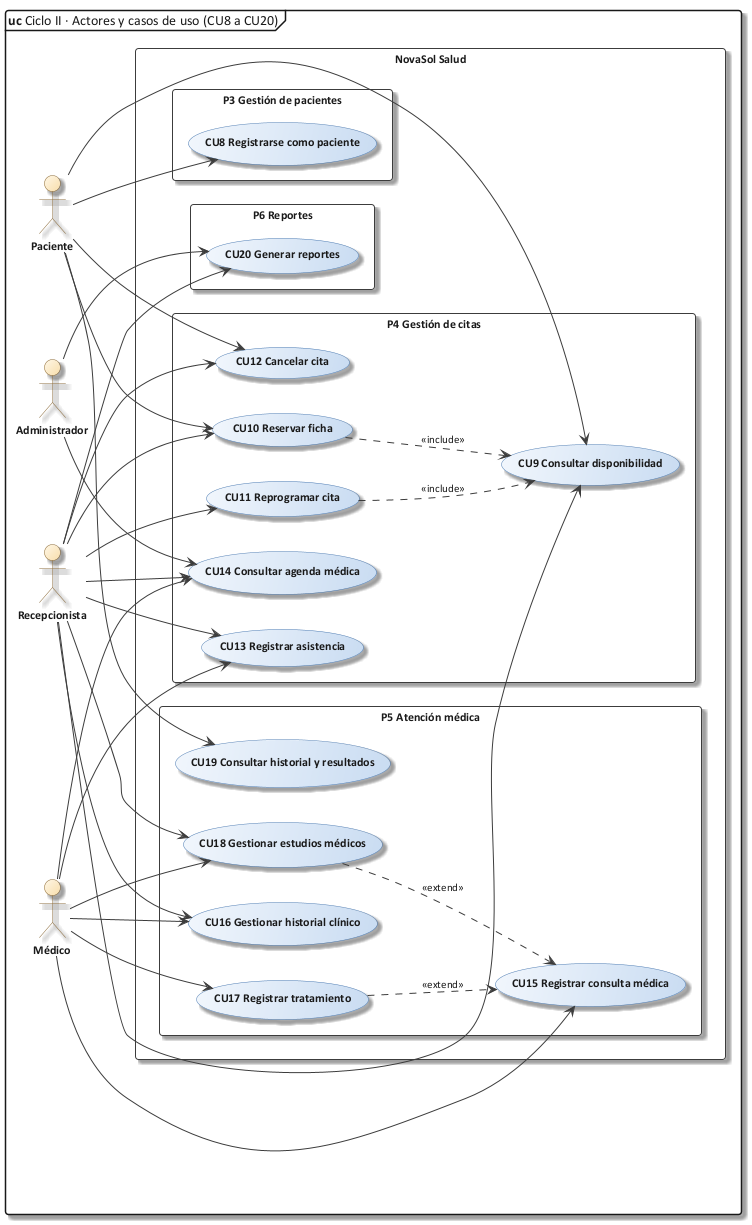
Earlier version of the PlantUML export Docs/diagramas/10b_cu_ciclo2.png (Kato-001/nova-salud). Source of this version:
```plantuml
@startuml 10b_cu_ciclo2
!include C:/Users/Sergio Estaca Paco/Desktop/HeadSalud/Docs/diagramas/estilo_ea.iuml
mainframe **uc** Ciclo II · Actores y casos de uso (CU8 a CU20)
left to right direction
skinparam packageStyle rectangle
actor "Paciente" as PAC
actor "Recepcionista" as REC
actor "Médico" as MED
actor "Administrador" as ADM
rectangle "NovaSol Salud" {
  package "P3 Gestión de pacientes" {
    usecase "CU8 Registrarse como paciente" as CU8
  }
  package "P4 Gestión de citas" {
    usecase "CU9 Consultar disponibilidad" as CU9
    usecase "CU10 Reservar ficha" as CU10
    usecase "CU11 Reprogramar cita" as CU11
    usecase "CU12 Cancelar cita" as CU12
    usecase "CU13 Registrar asistencia" as CU13
    usecase "CU14 Consultar agenda médica" as CU14
  }
  package "P5 Atención médica" {
    usecase "CU15 Registrar consulta médica" as CU15
    usecase "CU16 Gestionar historial clínico" as CU16
    usecase "CU17 Registrar tratamiento" as CU17
    usecase "CU18 Gestionar estudios médicos" as CU18
    usecase "CU19 Consultar historial y resultados" as CU19
  }
  package "P6 Reportes" {
    usecase "CU20 Generar reportes" as CU20
  }
}
PAC --> CU8
PAC --> CU9
REC --> CU9
PAC --> CU10
REC --> CU10
REC --> CU11
PAC --> CU12
REC --> CU12
REC --> CU13
MED --> CU13
MED --> CU14
REC --> CU14
MED --> CU15
MED --> CU16
REC --> CU16
MED --> CU17
MED --> CU18
REC --> CU18
PAC --> CU19
ADM --> CU20
REC --> CU20
ADM --> CU14
CU10 ..> CU9 : <<include>>
CU11 ..> CU9 : <<include>>
CU17 ..> CU15 : <<extend>>
CU18 ..> CU15 : <<extend>>
@enduml
```
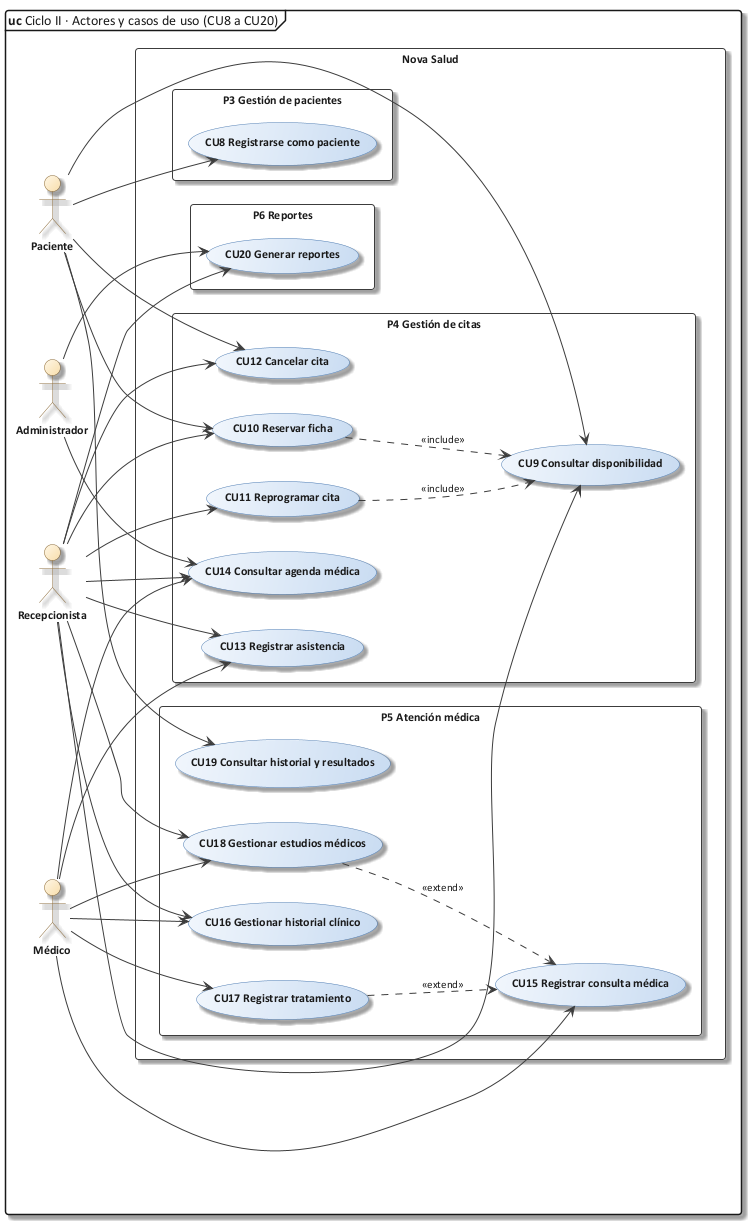
The same file after the commit.

The edit, as a diff of the source:
```diff
@@ -7,7 +7,7 @@
 actor "Recepcionista" as REC
 actor "Médico" as MED
 actor "Administrador" as ADM
-rectangle "NovaSol Salud" {
+rectangle "Nova Salud" {
   package "P3 Gestión de pacientes" {
     usecase "CU8 Registrarse como paciente" as CU8
   }
```
